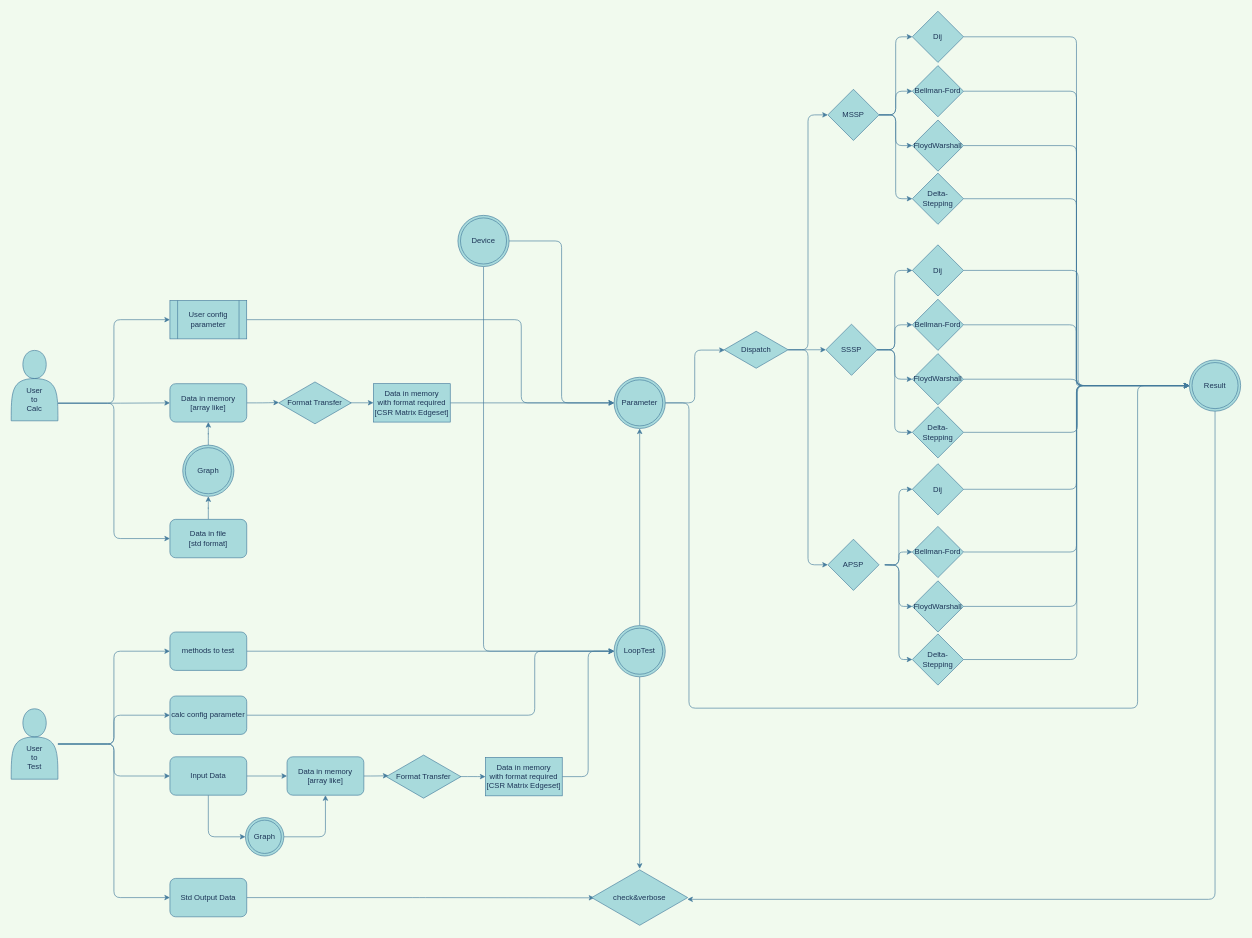
Above: chart.drawio in qriosa/SParry (draw.io), before the change. Source tidied: cells renumbered, new cells numbered last; positions are measured from the earlier drawing's top-left corner, leaving out a move shared by most shapes. Both pictures are drawn from the tidied source at 64%, with x=0, y=0 at pixel (11, 11).
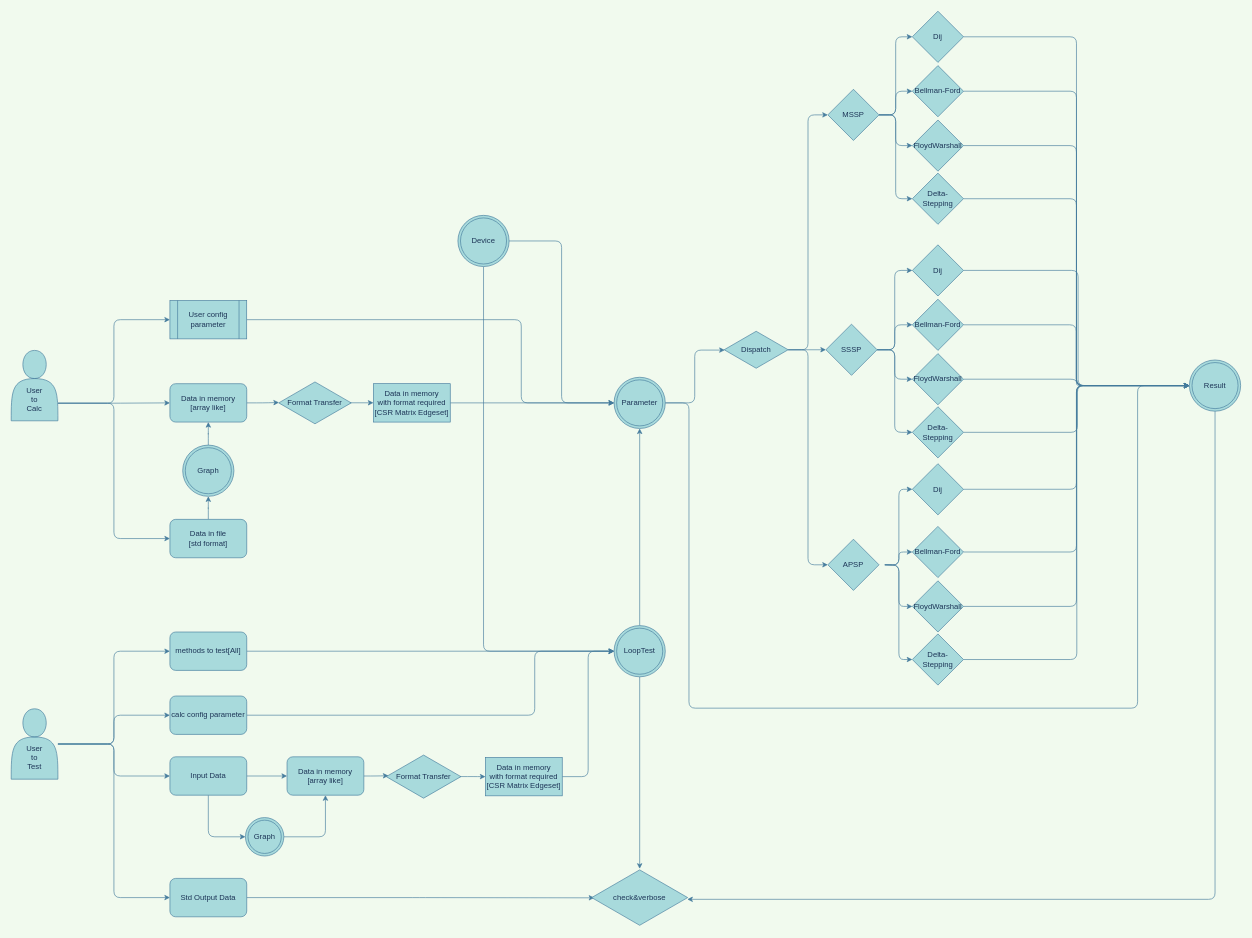
After the change.

What changed in the source:
```diff
@@
-    <mxCell id="75" value="methods to test" style="rounded=1;whiteSpace=wrap;html=1;sketch=0;strokeColor=#457B9D;fillColor=#A8DADC;fontColor=#1D3557;" parent="1" vertex="1">
+    <mxCell id="75" value="methods to test[All]" style="rounded=1;whiteSpace=wrap;html=1;sketch=0;strokeColor=#457B9D;fillColor=#A8DADC;fontColor=#1D3557;" parent="1" vertex="1">
       <mxGeometry x="248" y="970" width="120" height="60" as="geometry" />
     </mxCell>
```
